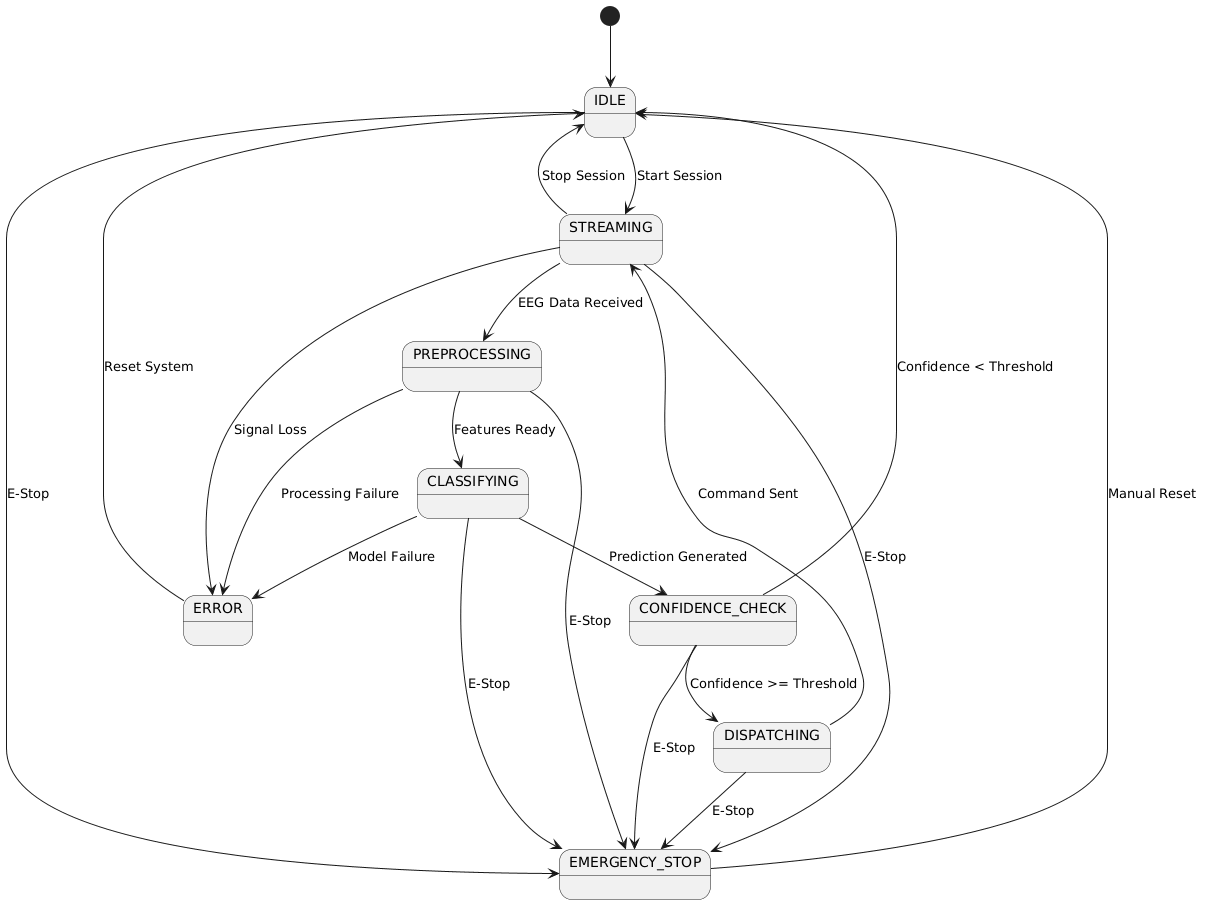
Earlier version of the PlantUML export LaTeX/State-diagram.png (Youssef-Elgazar/NeuroMotion-GUI). Its diagram source:
```plantuml
@startuml
[*] --> IDLE

state IDLE
state STREAMING
state PREPROCESSING
state CLASSIFYING
state CONFIDENCE_CHECK
state DISPATCHING
state EMERGENCY_STOP
state ERROR

IDLE --> STREAMING : Start Session

STREAMING --> PREPROCESSING : EEG Data Received

PREPROCESSING --> CLASSIFYING : Features Ready

CLASSIFYING --> CONFIDENCE_CHECK : Prediction Generated

CONFIDENCE_CHECK --> DISPATCHING : Confidence >= Threshold

CONFIDENCE_CHECK --> IDLE : Confidence < Threshold

DISPATCHING --> STREAMING : Command Sent

STREAMING --> IDLE : Stop Session

PREPROCESSING --> ERROR : Processing Failure
CLASSIFYING --> ERROR : Model Failure
STREAMING --> ERROR : Signal Loss

ERROR --> IDLE : Reset System

IDLE --> EMERGENCY_STOP : E-Stop
STREAMING --> EMERGENCY_STOP : E-Stop
PREPROCESSING --> EMERGENCY_STOP : E-Stop
CLASSIFYING --> EMERGENCY_STOP : E-Stop
CONFIDENCE_CHECK --> EMERGENCY_STOP : E-Stop
DISPATCHING --> EMERGENCY_STOP : E-Stop

EMERGENCY_STOP --> IDLE : Manual Reset
@enduml
```
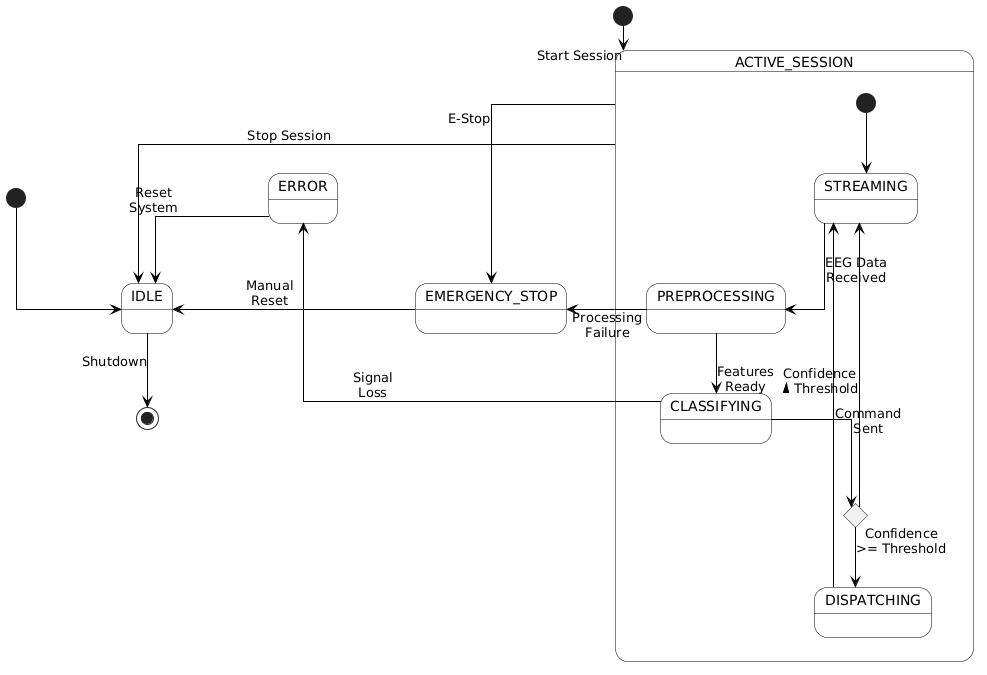
Above is the later version.

Change to the diagram source:
```diff
@@ -1,43 +1,55 @@
 @startuml
+skinparam linetype ortho
+
+skinparam monochrome true
+skinparam shadowing false
+
+skinparam nodesep 80
+skinparam ranksep 60
+
+skinparam state {
+    BackgroundColor white
+    BorderColor black
+    ArrowColor black
+    RoundCorner 8
+}
+
+state IDLE
+state ERROR
+state EMERGENCY_STOP
+
 [*] --> IDLE
 
-state IDLE
-state STREAMING
-state PREPROCESSING
-state CLASSIFYING
-state CONFIDENCE_CHECK
-state DISPATCHING
-state EMERGENCY_STOP
-state ERROR
+state startProfile <<start>>
+startProfile --> ACTIVE_SESSION : Start Session
 
-IDLE --> STREAMING : Start Session
+ACTIVE_SESSION -left-> IDLE : Stop Session
 
-STREAMING --> PREPROCESSING : EEG Data Received
+state ACTIVE_SESSION {
+    state STREAMING
+    state PREPROCESSING
+    state CLASSIFYING
+    state DISPATCHING
+    state conf <<choice>>
 
-PREPROCESSING --> CLASSIFYING : Features Ready
+    [*] --> STREAMING
+    STREAMING --> PREPROCESSING : EEG Data\nReceived
+    PREPROCESSING --> CLASSIFYING : Features\nReady
 
-CLASSIFYING --> CONFIDENCE_CHECK : Prediction Generated
+    CLASSIFYING --> conf
+    conf --> DISPATCHING : Confidence\n>= Threshold
+    conf -left-> STREAMING : Confidence\n< Threshold
 
-CONFIDENCE_CHECK --> DISPATCHING : Confidence >= Threshold
+    DISPATCHING -up-> STREAMING : Command\nSent
+}
 
-CONFIDENCE_CHECK --> IDLE : Confidence < Threshold
+CLASSIFYING -right-> ERROR : Signal\nLoss
+PREPROCESSING -right-> EMERGENCY_STOP : Processing\nFailure
 
-DISPATCHING --> STREAMING : Command Sent
+ACTIVE_SESSION -right-> EMERGENCY_STOP : E-Stop
 
-STREAMING --> IDLE : Stop Session
+ERROR -down-> IDLE : Reset\nSystem
+EMERGENCY_STOP -left-> IDLE : Manual\nReset
 
-PREPROCESSING --> ERROR : Processing Failure
-CLASSIFYING --> ERROR : Model Failure
-STREAMING --> ERROR : Signal Loss
-
-ERROR --> IDLE : Reset System
-
-IDLE --> EMERGENCY_STOP : E-Stop
-STREAMING --> EMERGENCY_STOP : E-Stop
-PREPROCESSING --> EMERGENCY_STOP : E-Stop
-CLASSIFYING --> EMERGENCY_STOP : E-Stop
-CONFIDENCE_CHECK --> EMERGENCY_STOP : E-Stop
-DISPATCHING --> EMERGENCY_STOP : E-Stop
-
-EMERGENCY_STOP --> IDLE : Manual Reset
+IDLE -down-> [*] : Shutdown
 @enduml
```
